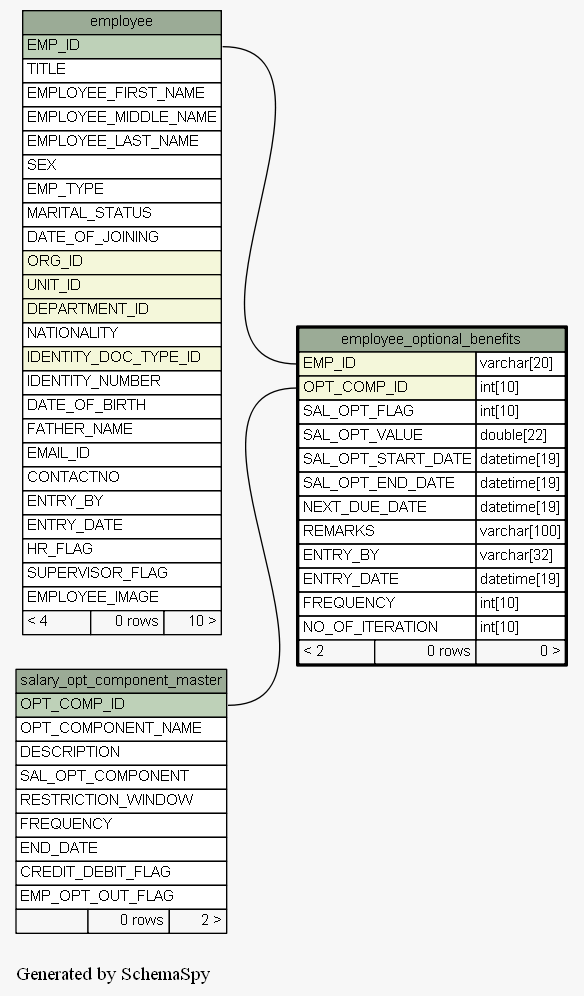
The Graphviz diagram docs/database/schemaspy/graphs/employee_optional_benefits.1degree.png in engineerscraft/hrms, before a commit. Its source is kept beside it as docs/database/schemaspy/graphs/employee_optional_benefits.1degree.dot. The source it was exported from:
```dot
digraph "oneDegreeRelationshipsGraph" {
  graph [
    rankdir="RL"
    bgcolor="#f7f7f7"
    label="\nGenerated by SchemaSpy"
    labeljust="l"
  ];
  node [
    fontname="Helvetica"
    fontsize="11"
    shape="plaintext"
  ];
  edge [
    arrowsize="0.8"
  ];
  "employee_optional_benefits":"EMP_ID":w -> "employee":"EMP_ID":e [arrowtail=crowodot arrowhead=none];
  "employee_optional_benefits":"OPT_COMP_ID":w -> "salary_opt_component_master":"OPT_COMP_ID":e [arrowtail=crowodot arrowhead=none];
  "employee" [
    label=<
    <TABLE BORDER="0" CELLBORDER="1" CELLSPACING="0" BGCOLOR="#ffffff">
      <TR><TD PORT="employee.heading" COLSPAN="3" BGCOLOR="#9bab96" ALIGN="CENTER">employee</TD></TR>
      <TR><TD PORT="EMP_ID" COLSPAN="3" BGCOLOR="#bed1b8" ALIGN="LEFT">EMP_ID</TD></TR>
      <TR><TD PORT="TITLE" COLSPAN="3" ALIGN="LEFT">TITLE</TD></TR>
      <TR><TD PORT="EMPLOYEE_FIRST_NAME" COLSPAN="3" ALIGN="LEFT">EMPLOYEE_FIRST_NAME</TD></TR>
      <TR><TD PORT="EMPLOYEE_MIDDLE_NAME" COLSPAN="3" ALIGN="LEFT">EMPLOYEE_MIDDLE_NAME</TD></TR>
      <TR><TD PORT="EMPLOYEE_LAST_NAME" COLSPAN="3" ALIGN="LEFT">EMPLOYEE_LAST_NAME</TD></TR>
      <TR><TD PORT="SEX" COLSPAN="3" ALIGN="LEFT">SEX</TD></TR>
      <TR><TD PORT="EMP_TYPE" COLSPAN="3" ALIGN="LEFT">EMP_TYPE</TD></TR>
      <TR><TD PORT="MARITAL_STATUS" COLSPAN="3" ALIGN="LEFT">MARITAL_STATUS</TD></TR>
      <TR><TD PORT="DATE_OF_JOINING" COLSPAN="3" ALIGN="LEFT">DATE_OF_JOINING</TD></TR>
      <TR><TD PORT="ORG_ID" COLSPAN="3" BGCOLOR="#f4f7da" ALIGN="LEFT">ORG_ID</TD></TR>
      <TR><TD PORT="UNIT_ID" COLSPAN="3" BGCOLOR="#f4f7da" ALIGN="LEFT">UNIT_ID</TD></TR>
      <TR><TD PORT="DEPARTMENT_ID" COLSPAN="3" BGCOLOR="#f4f7da" ALIGN="LEFT">DEPARTMENT_ID</TD></TR>
      <TR><TD PORT="NATIONALITY" COLSPAN="3" ALIGN="LEFT">NATIONALITY</TD></TR>
      <TR><TD PORT="IDENTITY_DOC_TYPE_ID" COLSPAN="3" BGCOLOR="#f4f7da" ALIGN="LEFT">IDENTITY_DOC_TYPE_ID</TD></TR>
      <TR><TD PORT="IDENTITY_NUMBER" COLSPAN="3" ALIGN="LEFT">IDENTITY_NUMBER</TD></TR>
      <TR><TD PORT="DATE_OF_BIRTH" COLSPAN="3" ALIGN="LEFT">DATE_OF_BIRTH</TD></TR>
      <TR><TD PORT="FATHER_NAME" COLSPAN="3" ALIGN="LEFT">FATHER_NAME</TD></TR>
      <TR><TD PORT="EMAIL_ID" COLSPAN="3" ALIGN="LEFT">EMAIL_ID</TD></TR>
      <TR><TD PORT="CONTACTNO" COLSPAN="3" ALIGN="LEFT">CONTACTNO</TD></TR>
      <TR><TD PORT="ENTRY_BY" COLSPAN="3" ALIGN="LEFT">ENTRY_BY</TD></TR>
      <TR><TD PORT="ENTRY_DATE" COLSPAN="3" ALIGN="LEFT">ENTRY_DATE</TD></TR>
      <TR><TD PORT="HR_FLAG" COLSPAN="3" ALIGN="LEFT">HR_FLAG</TD></TR>
      <TR><TD PORT="SUPERVISOR_FLAG" COLSPAN="3" ALIGN="LEFT">SUPERVISOR_FLAG</TD></TR>
      <TR><TD PORT="EMPLOYEE_IMAGE" COLSPAN="3" ALIGN="LEFT">EMPLOYEE_IMAGE</TD></TR>
      <TR><TD ALIGN="LEFT" BGCOLOR="#f7f7f7">&lt; 4</TD><TD ALIGN="RIGHT" BGCOLOR="#f7f7f7">0 rows</TD><TD ALIGN="RIGHT" BGCOLOR="#f7f7f7">10 &gt;</TD></TR>
    </TABLE>>
    URL="employee.html#graph"
    tooltip="employee"
  ];
  "employee_optional_benefits" [
    label=<
    <TABLE BORDER="2" CELLBORDER="1" CELLSPACING="0" BGCOLOR="#ffffff">
      <TR><TD PORT="employee_optional_benefits.heading" COLSPAN="3" BGCOLOR="#9bab96" ALIGN="CENTER">employee_optional_benefits</TD></TR>
      <TR><TD PORT="EMP_ID" COLSPAN="2" BGCOLOR="#f4f7da" ALIGN="LEFT">EMP_ID</TD><TD PORT="EMP_ID.type" ALIGN="LEFT">varchar[20]</TD></TR>
      <TR><TD PORT="OPT_COMP_ID" COLSPAN="2" BGCOLOR="#f4f7da" ALIGN="LEFT">OPT_COMP_ID</TD><TD PORT="OPT_COMP_ID.type" ALIGN="LEFT">int[10]</TD></TR>
      <TR><TD PORT="SAL_OPT_FLAG" COLSPAN="2" ALIGN="LEFT">SAL_OPT_FLAG</TD><TD PORT="SAL_OPT_FLAG.type" ALIGN="LEFT">int[10]</TD></TR>
      <TR><TD PORT="SAL_OPT_VALUE" COLSPAN="2" ALIGN="LEFT">SAL_OPT_VALUE</TD><TD PORT="SAL_OPT_VALUE.type" ALIGN="LEFT">double[22]</TD></TR>
      <TR><TD PORT="SAL_OPT_START_DATE" COLSPAN="2" ALIGN="LEFT">SAL_OPT_START_DATE</TD><TD PORT="SAL_OPT_START_DATE.type" ALIGN="LEFT">datetime[19]</TD></TR>
      <TR><TD PORT="SAL_OPT_END_DATE" COLSPAN="2" ALIGN="LEFT">SAL_OPT_END_DATE</TD><TD PORT="SAL_OPT_END_DATE.type" ALIGN="LEFT">datetime[19]</TD></TR>
      <TR><TD PORT="NEXT_DUE_DATE" COLSPAN="2" ALIGN="LEFT">NEXT_DUE_DATE</TD><TD PORT="NEXT_DUE_DATE.type" ALIGN="LEFT">datetime[19]</TD></TR>
      <TR><TD PORT="REMARKS" COLSPAN="2" ALIGN="LEFT">REMARKS</TD><TD PORT="REMARKS.type" ALIGN="LEFT">varchar[100]</TD></TR>
      <TR><TD PORT="ENTRY_BY" COLSPAN="2" ALIGN="LEFT">ENTRY_BY</TD><TD PORT="ENTRY_BY.type" ALIGN="LEFT">varchar[32]</TD></TR>
      <TR><TD PORT="ENTRY_DATE" COLSPAN="2" ALIGN="LEFT">ENTRY_DATE</TD><TD PORT="ENTRY_DATE.type" ALIGN="LEFT">datetime[19]</TD></TR>
      <TR><TD PORT="FREQUENCY" COLSPAN="2" ALIGN="LEFT">FREQUENCY</TD><TD PORT="FREQUENCY.type" ALIGN="LEFT">int[10]</TD></TR>
      <TR><TD PORT="NO_OF_ITERATION" COLSPAN="2" ALIGN="LEFT">NO_OF_ITERATION</TD><TD PORT="NO_OF_ITERATION.type" ALIGN="LEFT">int[10]</TD></TR>
      <TR><TD ALIGN="LEFT" BGCOLOR="#f7f7f7">&lt; 2</TD><TD ALIGN="RIGHT" BGCOLOR="#f7f7f7">0 rows</TD><TD ALIGN="RIGHT" BGCOLOR="#f7f7f7">0 &gt;</TD></TR>
    </TABLE>>
    URL="employee_optional_benefits.html#"
    tooltip="employee_optional_benefits"
  ];
  "salary_opt_component_master" [
    label=<
    <TABLE BORDER="0" CELLBORDER="1" CELLSPACING="0" BGCOLOR="#ffffff">
      <TR><TD PORT="salary_opt_component_master.heading" COLSPAN="3" BGCOLOR="#9bab96" ALIGN="CENTER">salary_opt_component_master</TD></TR>
      <TR><TD PORT="OPT_COMP_ID" COLSPAN="3" BGCOLOR="#bed1b8" ALIGN="LEFT">OPT_COMP_ID</TD></TR>
      <TR><TD PORT="OPT_COMPONENT_NAME" COLSPAN="3" ALIGN="LEFT">OPT_COMPONENT_NAME</TD></TR>
      <TR><TD PORT="DESCRIPTION" COLSPAN="3" ALIGN="LEFT">DESCRIPTION</TD></TR>
      <TR><TD PORT="SAL_OPT_COMPONENT" COLSPAN="3" ALIGN="LEFT">SAL_OPT_COMPONENT</TD></TR>
      <TR><TD PORT="RESTRICTION_WINDOW" COLSPAN="3" ALIGN="LEFT">RESTRICTION_WINDOW</TD></TR>
      <TR><TD PORT="FREQUENCY" COLSPAN="3" ALIGN="LEFT">FREQUENCY</TD></TR>
      <TR><TD PORT="END_DATE" COLSPAN="3" ALIGN="LEFT">END_DATE</TD></TR>
      <TR><TD PORT="CREDIT_DEBIT_FLAG" COLSPAN="3" ALIGN="LEFT">CREDIT_DEBIT_FLAG</TD></TR>
      <TR><TD PORT="EMP_OPT_OUT_FLAG" COLSPAN="3" ALIGN="LEFT">EMP_OPT_OUT_FLAG</TD></TR>
      <TR><TD ALIGN="LEFT" BGCOLOR="#f7f7f7">  </TD><TD ALIGN="RIGHT" BGCOLOR="#f7f7f7">0 rows</TD><TD ALIGN="RIGHT" BGCOLOR="#f7f7f7">2 &gt;</TD></TR>
    </TABLE>>
    URL="salary_opt_component_master.html#graph"
    tooltip="salary_opt_component_master"
  ];
}
```
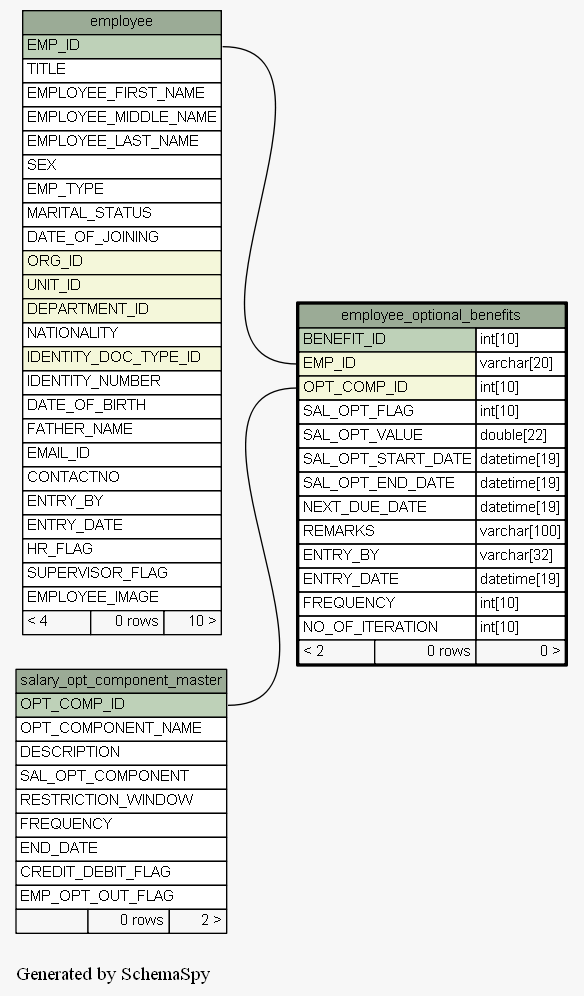
Later version of the same file.

Diff of the diagram source:
```diff
@@ -52,6 +52,7 @@
     label=<
     <TABLE BORDER="2" CELLBORDER="1" CELLSPACING="0" BGCOLOR="#ffffff">
       <TR><TD PORT="employee_optional_benefits.heading" COLSPAN="3" BGCOLOR="#9bab96" ALIGN="CENTER">employee_optional_benefits</TD></TR>
+      <TR><TD PORT="BENEFIT_ID" COLSPAN="2" BGCOLOR="#bed1b8" ALIGN="LEFT">BENEFIT_ID</TD><TD PORT="BENEFIT_ID.type" ALIGN="LEFT">int[10]</TD></TR>
       <TR><TD PORT="EMP_ID" COLSPAN="2" BGCOLOR="#f4f7da" ALIGN="LEFT">EMP_ID</TD><TD PORT="EMP_ID.type" ALIGN="LEFT">varchar[20]</TD></TR>
       <TR><TD PORT="OPT_COMP_ID" COLSPAN="2" BGCOLOR="#f4f7da" ALIGN="LEFT">OPT_COMP_ID</TD><TD PORT="OPT_COMP_ID.type" ALIGN="LEFT">int[10]</TD></TR>
       <TR><TD PORT="SAL_OPT_FLAG" COLSPAN="2" ALIGN="LEFT">SAL_OPT_FLAG</TD><TD PORT="SAL_OPT_FLAG.type" ALIGN="LEFT">int[10]</TD></TR>
```
